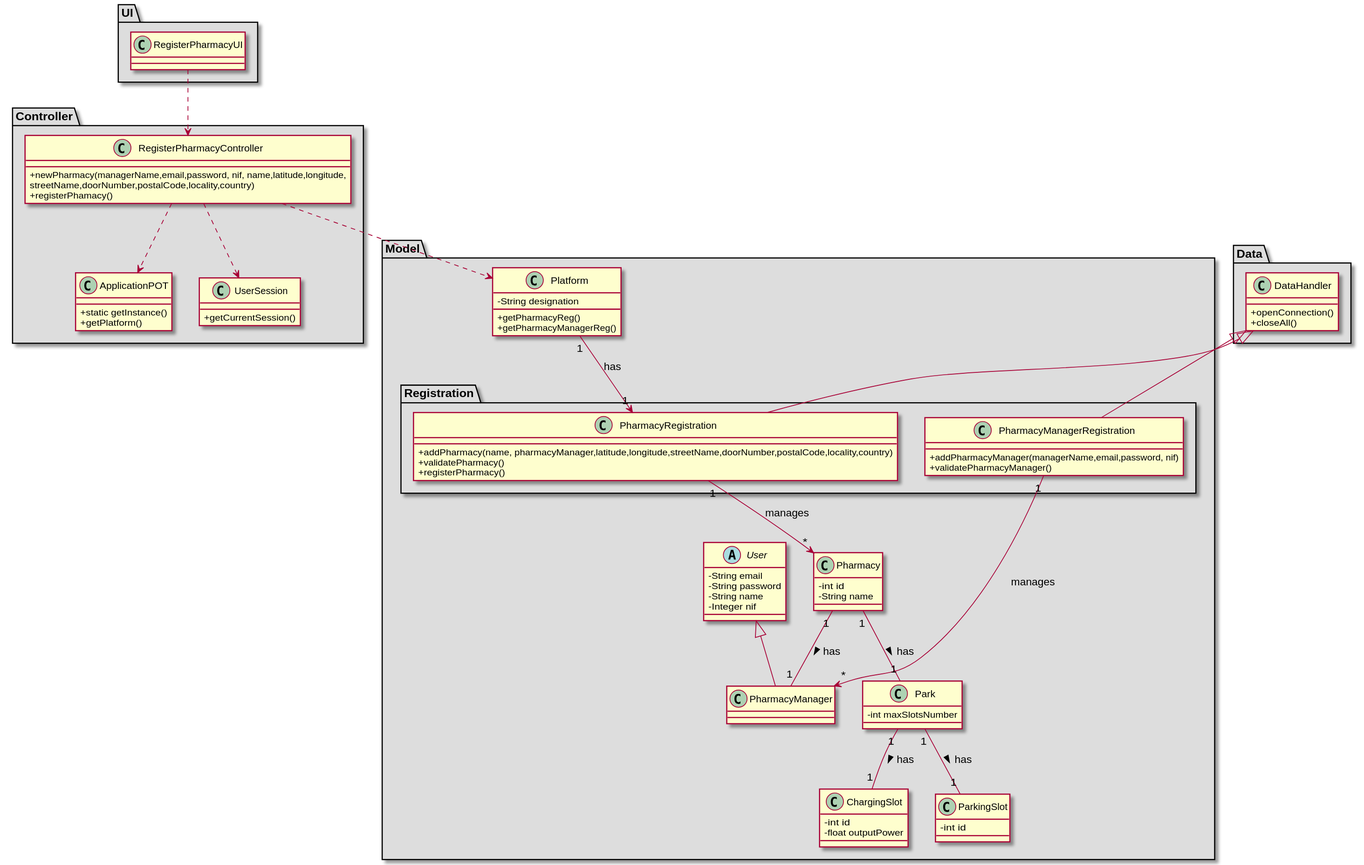
This is docs/Iteration 1/Pharmacy Management/US64_AddPharmacyProducts/US64_CD.svg from tiagoavcosta25/LAPR3, a PlantUML export, as it was before one commit. The source it was exported from:
```plantuml
@startuml
skinparam classAttributeIconSize 0

package "UI" #DDDDDD {
class RegisterPharmacyUI{

}
}


package "Controller" #DDDDDD {
class RegisterPharmacyController{
+newPharmacy(managerName,email,password, nif, name,latitude,longitude,\nstreetName,doorNumber,postalCode,locality,country)
+registerPhamacy()
}

class ApplicationPOT
{
  +static getInstance()
  +getPlatform()
}

class UserSession
{
  +getCurrentSession()
}
}


package "Model" #DDDDDD {
class Platform {
  -String designation
  +getPharmacyReg()
  +getPharmacyManagerReg()
}
package "Registration" #DDDDDD {

   class PharmacyRegistration{
          +addPharmacy(name, pharmacyManager,latitude,longitude,streetName,doorNumber,postalCode,locality,country)
          +validatePharmacy()
          +registerPharmacy()
      }
   class PharmacyManagerRegistration{
             +addPharmacyManager(managerName,email,password, nif)
             +validatePharmacyManager()
         }
 }
}

package "Model" #DDDDDD {
abstract class User{
-String email
-String password
-String name
-Integer nif
}

class Pharmacy{
-   int id
-   String name
}

class PharmacyManager{
}

class Park{
-   int maxSlotsNumber
}

class ChargingSlot{
-   int id
-   float outputPower
}

class ParkingSlot{
-   int id
}

}


package "Data" #DDDDDD {
class DataHandler{
    +openConnection()
    +closeAll()
}
}

class PharmacyRegistration extends DataHandler
class PharmacyManagerRegistration extends DataHandler
class PharmacyManager extends User

RegisterPharmacyUI ..> RegisterPharmacyController
RegisterPharmacyController ..> Platform
RegisterPharmacyController ..> ApplicationPOT
RegisterPharmacyController ..> UserSession
Platform "1" --> "1" PharmacyRegistration : has
PharmacyRegistration "1" --> "*" Pharmacy : manages
PharmacyManagerRegistration "1" --> "*" PharmacyManager : manages

Pharmacy "1" -- "1" PharmacyManager : has >
Pharmacy "1" -- "1" Park : has >
Park "1" -- "1" ChargingSlot : has >
Park "1" -- "1" ParkingSlot : has >

@enduml
```
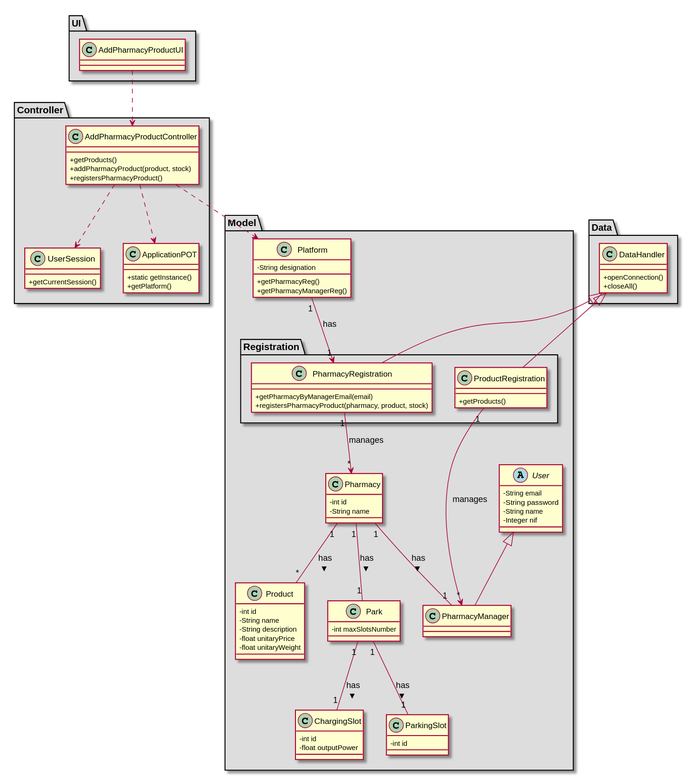
The same file after the commit.

Commit message:
LAPR2AP2-186 #close Add Pharmacy Product [Design]

Change to the diagram source:
```diff
@@ -2,16 +2,17 @@
 skinparam classAttributeIconSize 0
 
 package "UI" #DDDDDD {
-class RegisterPharmacyUI{
+class AddPharmacyProductUI{
 
 }
 }
 
 
 package "Controller" #DDDDDD {
-class RegisterPharmacyController{
-+newPharmacy(managerName,email,password, nif, name,latitude,longitude,\nstreetName,doorNumber,postalCode,locality,country)
-+registerPhamacy()
+class AddPharmacyProductController{
+    +getProducts()
+    +addPharmacyProduct(product, stock)
+    +registersPharmacyProduct()
 }
 
 class ApplicationPOT
@@ -36,13 +37,11 @@
 package "Registration" #DDDDDD {
 
    class PharmacyRegistration{
-          +addPharmacy(name, pharmacyManager,latitude,longitude,streetName,doorNumber,postalCode,locality,country)
-          +validatePharmacy()
-          +registerPharmacy()
+          +getPharmacyByManagerEmail(email)
+          +registersPharmacyProduct(pharmacy, product, stock)
       }
-   class PharmacyManagerRegistration{
-             +addPharmacyManager(managerName,email,password, nif)
-             +validatePharmacyManager()
+   class ProductRegistration{
+             +getProducts()
          }
  }
 }
@@ -76,6 +75,14 @@
 -   int id
 }
 
+class Product{
+-   int id
+-   String name
+-   String description
+-   float unitaryPrice
+-   float unitaryWeight
+}
+
 }
 
 
@@ -87,19 +94,20 @@
 }
 
 class PharmacyRegistration extends DataHandler
-class PharmacyManagerRegistration extends DataHandler
+class ProductRegistration extends DataHandler
 class PharmacyManager extends User
 
-RegisterPharmacyUI ..> RegisterPharmacyController
-RegisterPharmacyController ..> Platform
-RegisterPharmacyController ..> ApplicationPOT
-RegisterPharmacyController ..> UserSession
+AddPharmacyProductUI ..> AddPharmacyProductController
+AddPharmacyProductController ..> Platform
+AddPharmacyProductController ..> ApplicationPOT
+AddPharmacyProductController ..> UserSession
 Platform "1" --> "1" PharmacyRegistration : has
 PharmacyRegistration "1" --> "*" Pharmacy : manages
-PharmacyManagerRegistration "1" --> "*" PharmacyManager : manages
+ProductRegistration "1" --> "*" PharmacyManager : manages
 
 Pharmacy "1" -- "1" PharmacyManager : has >
 Pharmacy "1" -- "1" Park : has >
+Pharmacy "1" -- "*" Product : has >
 Park "1" -- "1" ChargingSlot : has >
 Park "1" -- "1" ParkingSlot : has >
 
```
